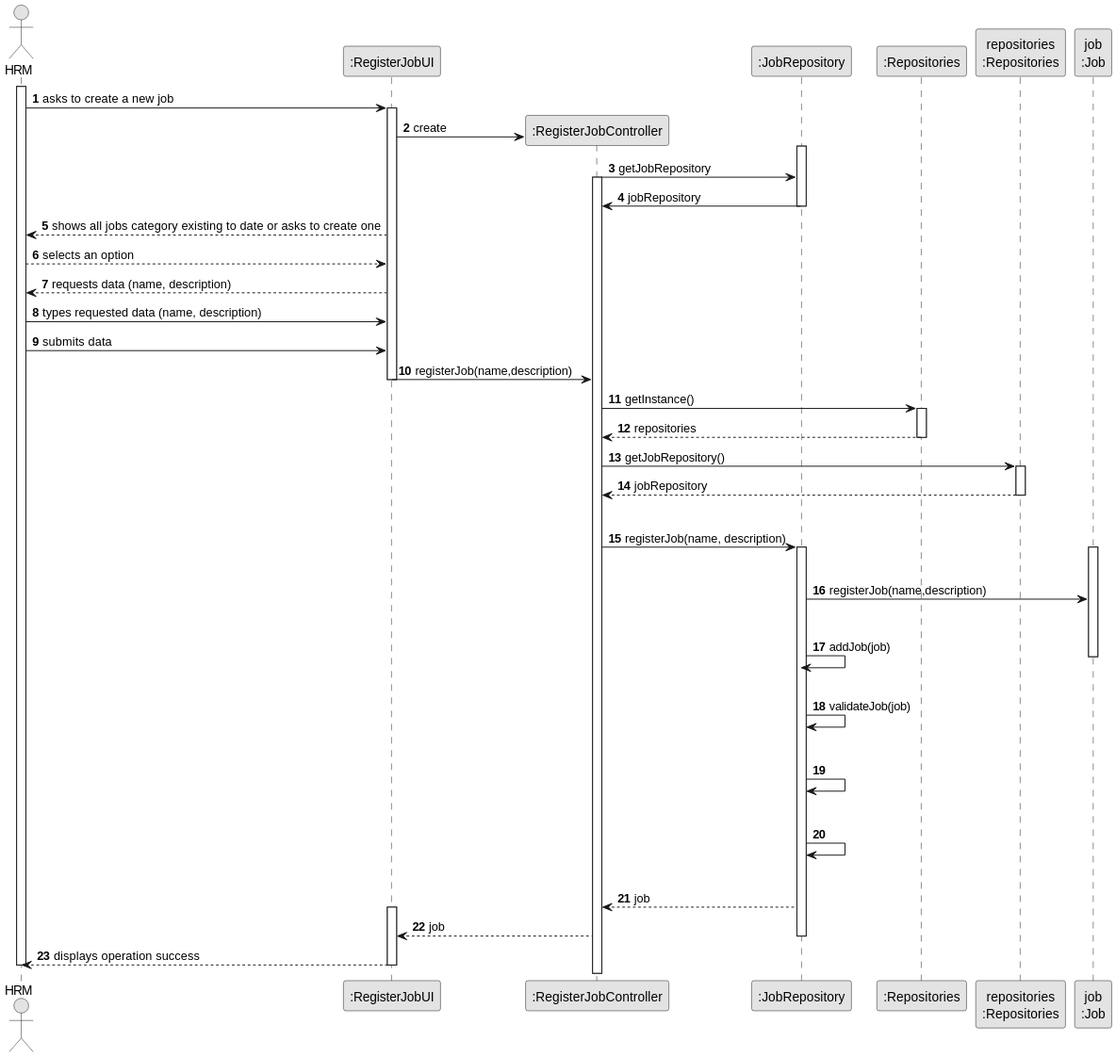
daniel41silva05/ISEP_2023_2024_LAPR2 keeps this PlantUML diagram as docs/sprintA&B&C/us002/03.design/svg/us002-sequence-diagram-full.svg. Above is the earlier version.
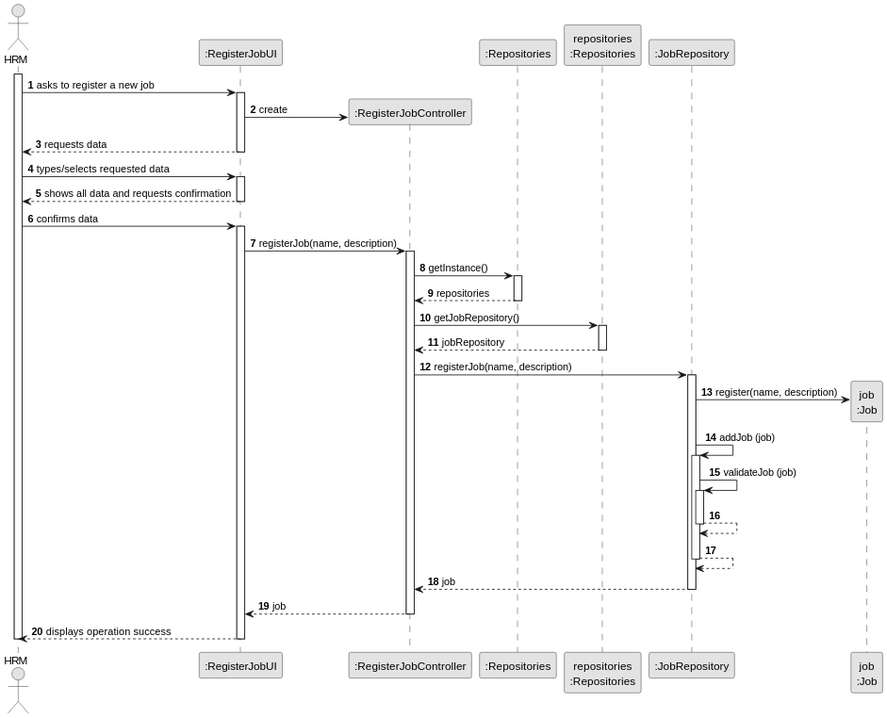
After the commit.

Commit message:
US02 sequence diagram correction

What changed in the source:
```diff
@@ -10,93 +10,70 @@
 actor "HRM" as HRM
 participant ":RegisterJobUI" as UI
 participant ":RegisterJobController" as CTRL
-participant ":JobRepository" as JOBS
 participant ":Repositories" as REP
-participant "repositories\n:Repositories" as PLAT
+participant "repositories\n:Repositories" as REPS
+participant ":JobRepository" as jobRepository
 participant "job\n:Job" as JOB
 
 
 activate HRM
 
-        HRM -> UI : asks to create a new job
+    HRM -> UI : asks to register a new job
+    activate UI
 
-        activate UI
+        UI -> CTRL** : create
 
-            create CTRL
-            UI -> CTRL** : create
+    UI --> HRM : requests data
+    deactivate UI
 
-            activate JOBS
-            CTRL -> JOBS : getJobRepository
+    HRM -> UI : types/selects requested data
+    activate UI
 
-            activate CTRL
-            JOBS -> CTRL : jobRepository
+    UI --> HRM : shows all data and requests confirmation
+    deactivate UI
 
-            deactivate JOBS
+    HRM -> UI : confirms data
+    activate UI
 
-            UI --> HRM : shows all jobs category existing to date or asks to create one
+        UI -> CTRL: registerJob(name, description)
+        activate CTRL
 
-            HRM --> UI : selects an option
+            CTRL -> REP: getInstance()
+            activate REP
 
-            UI --> HRM : requests data (name, description)
+            REP --> CTRL: repositories
+            deactivate REP
 
+            CTRL -> REPS: getJobRepository()
+            activate REPS
 
+            REPS --> CTRL: jobRepository
+            deactivate REPS
 
-    HRM -> UI : types requested data (name, description)
+            CTRL -> jobRepository: registerJob(name, description)
+            activate jobRepository
 
+                jobRepository -> JOB** : register(name, description)
 
-    HRM -> UI : submits data
+                jobRepository -> jobRepository: addJob (job)
+                activate jobRepository
 
-        UI -> CTRL : registerJob(name,description)
+                jobRepository -> jobRepository: validateJob (job)
+                activate jobRepository
 
-            deactivate UI
-                CTRL -> REP : getInstance()
-                activate REP
+                jobRepository --> jobRepository
+                deactivate jobRepository
 
-                    REP --> CTRL: repositories
-                deactivate REP
+                jobRepository --> jobRepository
+                deactivate jobRepository
 
-                CTRL -> PLAT: getJobRepository()
+            jobRepository --> CTRL: job
+            deactivate jobRepository
 
-                activate PLAT
+        CTRL --> UI: job
+        deactivate CTRL
 
-                PLAT --> CTRL: jobRepository
-                deactivate PLAT
-
-
-            |||
-            CTRL -> JOBS: registerJob(name, description)
-            activate JOBS
-
-            |||
-
-            activate JOB
-            JOBS -> JOB: registerJob(name,description)
-
-            |||
-
-            JOBS -> JOBS: addJob(job)
-            deactivate JOB
-            |||
-
-            JOBS -> JOBS: validateJob(job)
-            |||
-
-            JOBS -> JOBS
-            |||
-
-            JOBS -> JOBS
-            |||
-
-
-            JOBS --> CTRL: job
-
-            activate UI
-            CTRL --> UI: job
-
-            deactivate JOBS
-
-
-            UI --> HRM: displays operation success
+    UI --> HRM : displays operation success
     deactivate UI
 
 deactivate HRM
```
